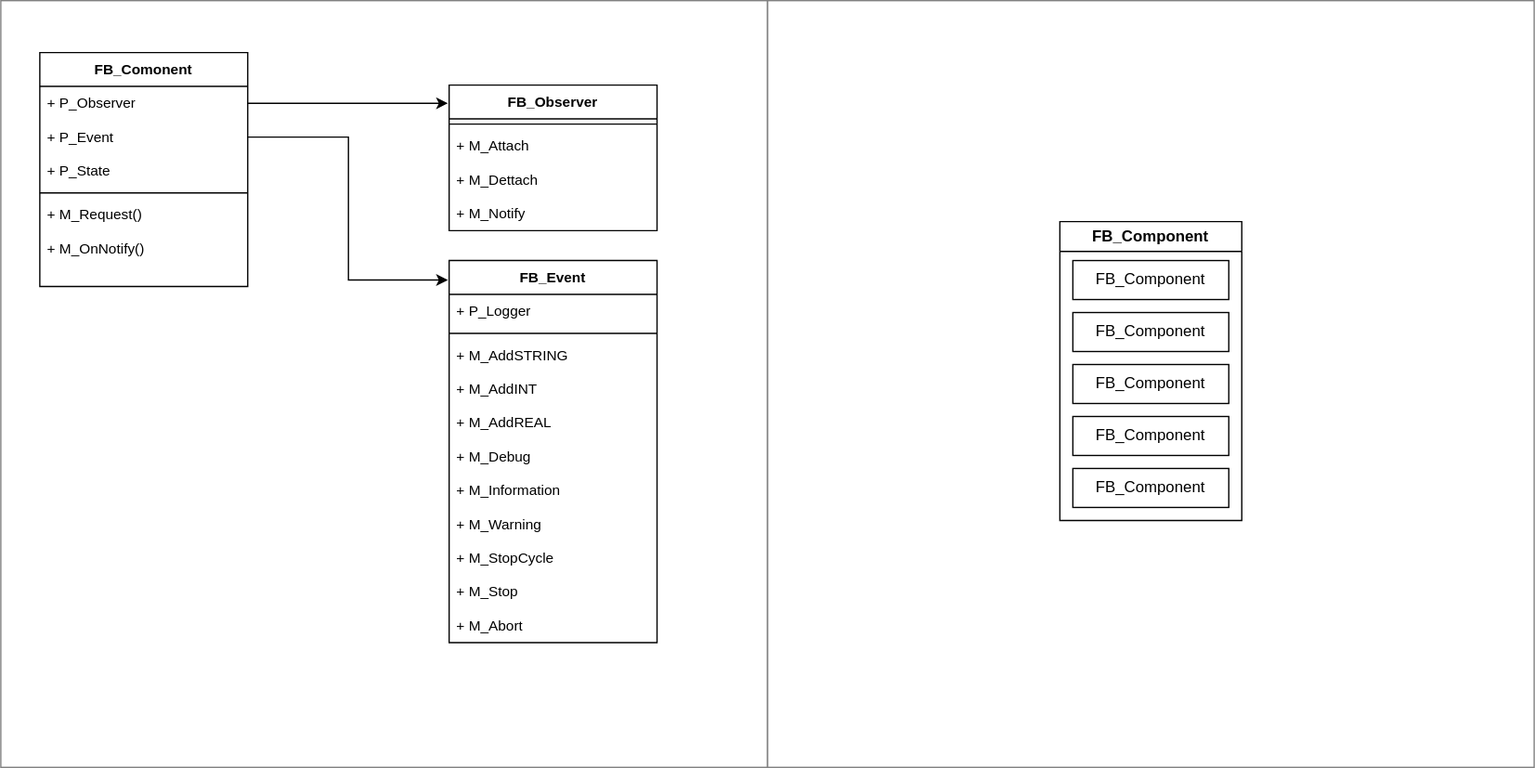
This is docs/Component.drawio.svg from PeterZerlauth/Tc3_Component, a draw.io export, as it was before one commit. Source tidied: cells renumbered, new cells last; positions are measured from the earlier drawing's top-left corner, leaving out a move shared by most shapes.
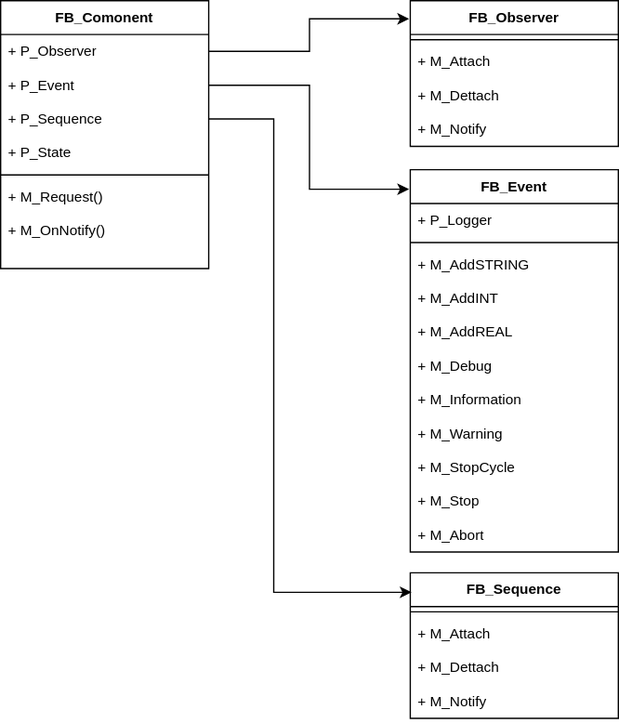
Later version of the same file.

Change to the diagram source:
```diff
@@ -2,11 +2,8 @@
   <root>
     <mxCell id="0" />
     <mxCell id="1" parent="0" />
-    <mxCell id="2" style="rounded=0;whiteSpace=wrap;html=1;fontFamily=Helvetica;fontSize=11;fontColor=default;labelBackgroundColor=default;fillColor=none;strokeColor=#808080;" parent="1" vertex="1">
-      <mxGeometry width="590" height="590" as="geometry" />
-    </mxCell>
     <mxCell id="3" value="FB_Observer" style="swimlane;fontStyle=1;align=center;verticalAlign=top;horizontal=1;startSize=26;whiteSpace=wrap;html=1;fontFamily=Helvetica;fontSize=11;fontColor=default;labelBackgroundColor=default;" parent="1" vertex="1">
-      <mxGeometry x="345" y="65" width="160" height="112" as="geometry" />
+      <mxGeometry x="345" y="40" width="160" height="112" as="geometry" />
     </mxCell>
     <mxCell id="4" style="line;strokeWidth=1;fillColor=none;align=left;verticalAlign=middle;spacingTop=-1;spacingLeft=3;spacingRight=3;labelPosition=right;strokeColor=inherit;fontFamily=Helvetica;fontSize=11;fontColor=default;labelBackgroundColor=default;" parent="3" vertex="1">
       <mxGeometry y="26" width="160" height="8" as="geometry" />
@@ -21,7 +18,7 @@
       <mxGeometry y="86" width="160" height="26" as="geometry" />
     </mxCell>
     <mxCell id="8" value="FB_Comonent" style="swimlane;fontStyle=1;align=center;verticalAlign=top;horizontal=1;startSize=26;whiteSpace=wrap;html=1;fontFamily=Helvetica;fontSize=11;fontColor=default;labelBackgroundColor=default;fillColor=default;" parent="1" vertex="1">
-      <mxGeometry x="30" y="40" width="160" height="180" as="geometry" />
+      <mxGeometry x="30" y="40" width="160" height="206" as="geometry" />
     </mxCell>
     <mxCell id="9" value="+ P_Observer" style="text;strokeColor=none;fillColor=none;align=left;verticalAlign=top;spacingLeft=4;spacingRight=4;overflow=hidden;points=[[0,0.5],[1,0.5]];portConstraint=eastwest;whiteSpace=wrap;html=1;fontFamily=Helvetica;fontSize=11;fontColor=default;labelBackgroundColor=default;" parent="8" vertex="1">
       <mxGeometry y="26" width="160" height="26" as="geometry" />
@@ -29,23 +26,26 @@
     <mxCell id="10" value="+ P_Event" style="text;strokeColor=none;fillColor=none;align=left;verticalAlign=top;spacingLeft=4;spacingRight=4;overflow=hidden;points=[[0,0.5],[1,0.5]];portConstraint=eastwest;whiteSpace=wrap;html=1;fontFamily=Helvetica;fontSize=11;fontColor=default;labelBackgroundColor=default;" parent="8" vertex="1">
       <mxGeometry y="52" width="160" height="26" as="geometry" />
     </mxCell>
+    <mxCell id="36" value="+ P_Sequence" style="text;strokeColor=none;fillColor=none;align=left;verticalAlign=top;spacingLeft=4;spacingRight=4;overflow=hidden;points=[[0,0.5],[1,0.5]];portConstraint=eastwest;whiteSpace=wrap;html=1;fontFamily=Helvetica;fontSize=11;fontColor=default;labelBackgroundColor=default;" parent="8" vertex="1">
+      <mxGeometry y="78" width="160" height="26" as="geometry" />
+    </mxCell>
     <mxCell id="11" value="+ P_State" style="text;strokeColor=none;fillColor=none;align=left;verticalAlign=top;spacingLeft=4;spacingRight=4;overflow=hidden;whiteSpace=wrap;html=1;fontFamily=Helvetica;fontSize=11;fontColor=default;labelBackgroundColor=default;" parent="8" vertex="1">
-      <mxGeometry y="78" width="160" height="26" as="geometry" />
+      <mxGeometry y="104" width="160" height="26" as="geometry" />
     </mxCell>
     <mxCell id="12" style="line;strokeWidth=1;fillColor=none;align=left;verticalAlign=middle;spacingTop=-1;spacingLeft=3;spacingRight=3;labelPosition=right;strokeColor=inherit;fontFamily=Helvetica;fontSize=11;fontColor=default;labelBackgroundColor=default;" parent="8" vertex="1">
-      <mxGeometry y="104" width="160" height="8" as="geometry" />
+      <mxGeometry y="130" width="160" height="8" as="geometry" />
     </mxCell>
     <mxCell id="13" value="+ M_Request()" style="text;strokeColor=none;fillColor=none;align=left;verticalAlign=top;spacingLeft=4;spacingRight=4;overflow=hidden;whiteSpace=wrap;html=1;fontFamily=Helvetica;fontSize=11;fontColor=default;labelBackgroundColor=default;" parent="8" vertex="1">
-      <mxGeometry y="112" width="160" height="26" as="geometry" />
+      <mxGeometry y="138" width="160" height="26" as="geometry" />
     </mxCell>
     <mxCell id="14" value="+ M_OnNotify()" style="text;strokeColor=none;fillColor=none;align=left;verticalAlign=top;spacingLeft=4;spacingRight=4;overflow=hidden;whiteSpace=wrap;html=1;fontFamily=Helvetica;fontSize=11;fontColor=default;labelBackgroundColor=default;" parent="8" vertex="1">
-      <mxGeometry y="138" width="160" height="42" as="geometry" />
+      <mxGeometry y="164" width="160" height="42" as="geometry" />
     </mxCell>
     <mxCell id="15" style="edgeStyle=orthogonalEdgeStyle;rounded=0;jettySize=auto;html=1;entryX=-0.006;entryY=0.125;entryDx=0;entryDy=0;entryPerimeter=0;" parent="1" edge="1" source="9" target="3">
       <mxGeometry relative="1" as="geometry" />
     </mxCell>
     <mxCell id="16" value="FB_Event" style="swimlane;fontStyle=1;align=center;verticalAlign=top;horizontal=1;startSize=26;whiteSpace=wrap;html=1;fontFamily=Helvetica;fontSize=11;fontColor=default;labelBackgroundColor=default;" parent="1" vertex="1">
-      <mxGeometry x="345" y="200" width="160" height="294" as="geometry" />
+      <mxGeometry x="345" y="170" width="160" height="294" as="geometry" />
     </mxCell>
     <mxCell id="17" value="+ P_Logger" style="text;strokeColor=none;fillColor=none;align=left;verticalAlign=top;spacingLeft=4;spacingRight=4;overflow=hidden;whiteSpace=wrap;html=1;fontFamily=Helvetica;fontSize=11;fontColor=default;labelBackgroundColor=default;" parent="16" vertex="1">
       <mxGeometry y="26" width="160" height="26" as="geometry" />
@@ -83,26 +83,28 @@
     <mxCell id="28" style="edgeStyle=orthogonalEdgeStyle;rounded=0;jettySize=auto;html=1;entryX=-0.006;entryY=0.051;entryDx=0;entryDy=0;entryPerimeter=0;" parent="1" edge="1" source="10" target="16">
       <mxGeometry relative="1" as="geometry" />
     </mxCell>
-    <mxCell id="29" style="rounded=0;whiteSpace=wrap;html=1;fontFamily=Helvetica;fontSize=11;fontColor=default;labelBackgroundColor=default;fillColor=none;strokeColor=#808080;" parent="1" vertex="1">
-      <mxGeometry x="590" width="590" height="590" as="geometry" />
-    </mxCell>
-    <mxCell id="30" value="FB_Component" style="swimlane;whiteSpace=wrap;html=1;" parent="1" vertex="1">
-      <mxGeometry x="815" y="170" width="140" height="230" as="geometry" />
-    </mxCell>
-    <mxCell id="31" value="FB_Component" style="rounded=0;whiteSpace=wrap;html=1;" parent="30" vertex="1">
-      <mxGeometry x="10" y="30" width="120" height="30" as="geometry" />
-    </mxCell>
-    <mxCell id="32" value="FB_Component" style="rounded=0;whiteSpace=wrap;html=1;" parent="30" vertex="1">
-      <mxGeometry x="10" y="110" width="120" height="30" as="geometry" />
-    </mxCell>
-    <mxCell id="33" value="FB_Component" style="rounded=0;whiteSpace=wrap;html=1;" parent="30" vertex="1">
-      <mxGeometry x="10" y="150" width="120" height="30" as="geometry" />
-    </mxCell>
-    <mxCell id="34" value="FB_Component" style="rounded=0;whiteSpace=wrap;html=1;" parent="30" vertex="1">
-      <mxGeometry x="10" y="70" width="120" height="30" as="geometry" />
-    </mxCell>
-    <mxCell id="35" value="FB_Component" style="rounded=0;whiteSpace=wrap;html=1;" parent="30" vertex="1">
-      <mxGeometry x="10" y="190" width="120" height="30" as="geometry" />
-    </mxCell>
+    <mxCell id="37" value="FB_Sequence" style="swimlane;fontStyle=1;align=center;verticalAlign=top;horizontal=1;startSize=26;whiteSpace=wrap;html=1;fontFamily=Helvetica;fontSize=11;fontColor=default;labelBackgroundColor=default;" parent="1" vertex="1">
+      <mxGeometry x="345" y="480" width="160" height="112" as="geometry" />
+    </mxCell>
+    <mxCell id="38" style="line;strokeWidth=1;fillColor=none;align=left;verticalAlign=middle;spacingTop=-1;spacingLeft=3;spacingRight=3;labelPosition=right;strokeColor=inherit;fontFamily=Helvetica;fontSize=11;fontColor=default;labelBackgroundColor=default;" parent="37" vertex="1">
+      <mxGeometry y="26" width="160" height="8" as="geometry" />
+    </mxCell>
+    <mxCell id="39" value="+ M_Attach" style="text;strokeColor=none;fillColor=none;align=left;verticalAlign=top;spacingLeft=4;spacingRight=4;overflow=hidden;whiteSpace=wrap;html=1;fontFamily=Helvetica;fontSize=11;fontColor=default;labelBackgroundColor=default;" parent="37" vertex="1">
+      <mxGeometry y="34" width="160" height="26" as="geometry" />
+    </mxCell>
+    <mxCell id="40" value="+ M_Dettach" style="text;strokeColor=none;fillColor=none;align=left;verticalAlign=top;spacingLeft=4;spacingRight=4;overflow=hidden;whiteSpace=wrap;html=1;fontFamily=Helvetica;fontSize=11;fontColor=default;labelBackgroundColor=default;" parent="37" vertex="1">
+      <mxGeometry y="60" width="160" height="26" as="geometry" />
+    </mxCell>
+    <mxCell id="41" value="+ M_Notify" style="text;strokeColor=none;fillColor=none;align=left;verticalAlign=top;spacingLeft=4;spacingRight=4;overflow=hidden;whiteSpace=wrap;html=1;fontFamily=Helvetica;fontSize=11;fontColor=default;labelBackgroundColor=default;" parent="37" vertex="1">
+      <mxGeometry y="86" width="160" height="26" as="geometry" />
+    </mxCell>
+    <mxCell id="42" style="edgeStyle=orthogonalEdgeStyle;rounded=0;jettySize=auto;html=1;entryX=0.006;entryY=0.134;entryDx=0;entryDy=0;entryPerimeter=0;" parent="1" edge="1" source="36" target="37">
+      <mxGeometry relative="1" as="geometry">
+        <Array as="points">
+          <mxPoint x="240" y="131" />
+          <mxPoint x="240" y="495" />
+        </Array>
+      </mxGeometry>
+    </mxCell>
   </root>
 </mxGraphModel>
```
